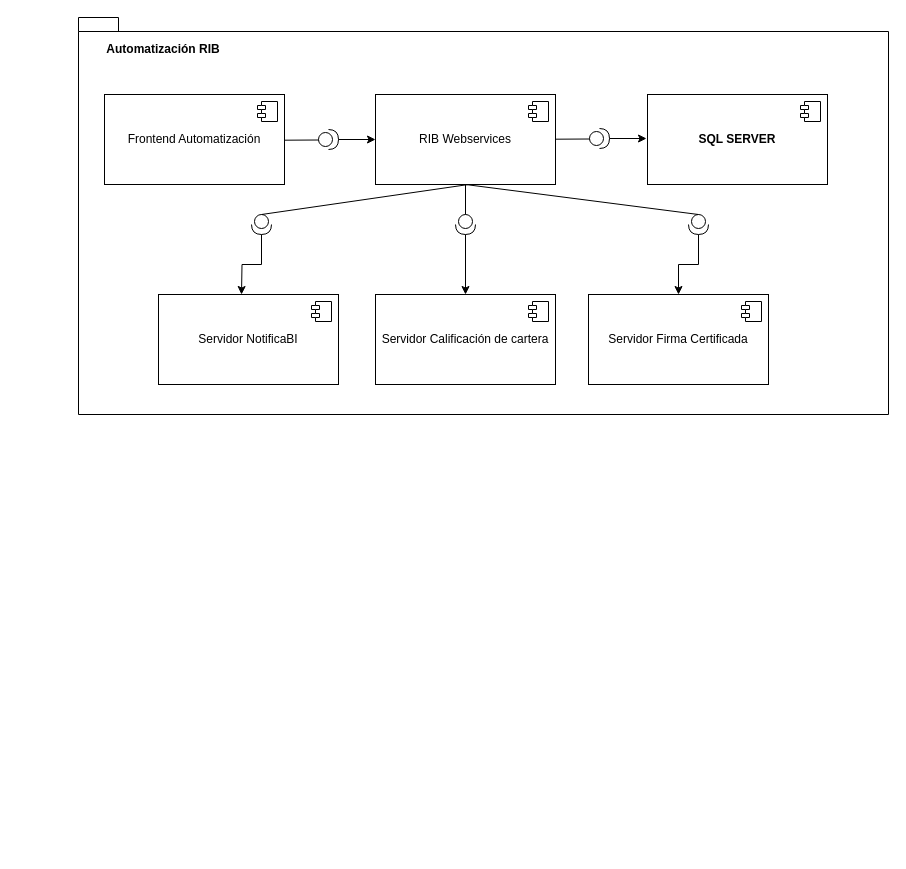
Before: page "Página-1" (1 of 2) of DigramaComponentes.drawio in GonzaloDavid/diagramas, a draw.io diagram. Source tidied: cells renumbered, new cells numbered last; positions are measured from the earlier drawing's top-left corner, leaving out a move shared by most shapes. Both pictures are drawn from the tidied source at 100%, with x=0, y=0 at pixel (78, 17).
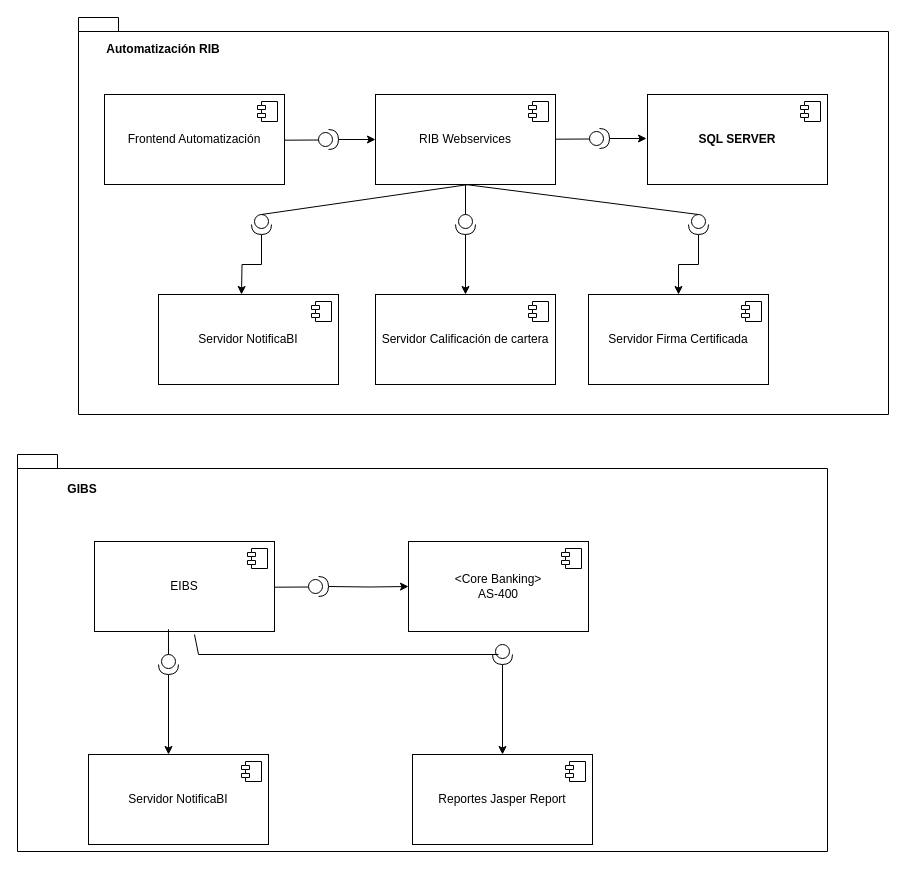
After the change.

Diff of the diagram source:
```diff
@@
+    <mxCell id="31" style="shape=folder;fontStyle=1;spacingTop=10;tabWidth=40;tabHeight=14;tabPosition=left;html=1;whiteSpace=wrap;" parent="1" vertex="1">
+      <mxGeometry x="-61" y="437" width="810" height="397" as="geometry" />
+    </mxCell>
+    <mxCell id="32" value="&lt;div&gt;&amp;lt;Core Banking&amp;gt;&lt;/div&gt;AS-400" style="html=1;whiteSpace=wrap;" parent="1" vertex="1">
+      <mxGeometry x="330" y="524" width="180" height="90" as="geometry" />
+    </mxCell>
+    <mxCell id="33" style="shape=module;jettyWidth=8;jettyHeight=4;" parent="32" vertex="1">
+      <mxGeometry x="1" width="20" height="20" relative="1" as="geometry">
+        <mxPoint x="-27" y="7" as="offset" />
+      </mxGeometry>
+    </mxCell>
+    <mxCell id="34" value="EIBS" style="html=1;whiteSpace=wrap;" parent="1" vertex="1">
+      <mxGeometry x="16" y="524" width="180" height="90" as="geometry" />
+    </mxCell>
+    <mxCell id="35" style="shape=module;jettyWidth=8;jettyHeight=4;" parent="34" vertex="1">
+      <mxGeometry x="1" width="20" height="20" relative="1" as="geometry">
+        <mxPoint x="-27" y="7" as="offset" />
+      </mxGeometry>
+    </mxCell>
+    <mxCell id="36" style="edgeStyle=orthogonalEdgeStyle;rounded=0;jettySize=auto;html=1;entryX=0;entryY=0.5;entryDx=0;entryDy=0;" parent="1" edge="1" target="32">
+      <mxGeometry relative="1" as="geometry">
+        <mxPoint x="250" y="569" as="sourcePoint" />
+      </mxGeometry>
+    </mxCell>
+    <mxCell id="37" style="shape=providedRequiredInterface;html=1;verticalLabelPosition=bottom;sketch=0;" parent="1" vertex="1">
+      <mxGeometry x="230" y="559" width="20" height="20" as="geometry" />
+    </mxCell>
+    <mxCell id="38" style="endArrow=none;html=1;rounded=0;entryX=0.556;entryY=0.521;entryDx=0;entryDy=0;entryPerimeter=0;" parent="1" edge="1">
+      <mxGeometry relative="1" as="geometry">
+        <mxPoint x="196" y="569.7" as="sourcePoint" />
+        <mxPoint x="230.4" y="569.5" as="targetPoint" />
+      </mxGeometry>
+    </mxCell>
+    <mxCell id="39" value="Servidor NotificaBI" style="html=1;whiteSpace=wrap;" parent="1" vertex="1">
+      <mxGeometry x="10" y="737" width="180" height="90" as="geometry" />
+    </mxCell>
+    <mxCell id="40" style="shape=module;jettyWidth=8;jettyHeight=4;" parent="39" vertex="1">
+      <mxGeometry x="1" width="20" height="20" relative="1" as="geometry">
+        <mxPoint x="-27" y="7" as="offset" />
+      </mxGeometry>
+    </mxCell>
+    <mxCell id="41" style="shape=providedRequiredInterface;html=1;verticalLabelPosition=bottom;sketch=0;rotation=90;" parent="1" vertex="1">
+      <mxGeometry x="80" y="637" width="20" height="20" as="geometry" />
+    </mxCell>
+    <mxCell id="42" style="endArrow=none;html=1;rounded=0;exitX=0;exitY=0.5;exitDx=0;exitDy=0;exitPerimeter=0;entryX=0.411;entryY=0.975;entryDx=0;entryDy=0;entryPerimeter=0;" parent="1" edge="1" source="41" target="34">
+      <mxGeometry relative="1" as="geometry" />
+    </mxCell>
+    <mxCell id="43" style="edgeStyle=orthogonalEdgeStyle;rounded=0;jettySize=auto;html=1;exitX=1;exitY=0.5;exitDx=0;exitDy=0;exitPerimeter=0;" parent="1" edge="1" source="41">
+      <mxGeometry relative="1" as="geometry">
+        <mxPoint x="90" y="737" as="targetPoint" />
+        <Array as="points">
+          <mxPoint x="90" y="737" />
+        </Array>
+      </mxGeometry>
+    </mxCell>
+    <mxCell id="44" value="&lt;b&gt;GIBS&lt;/b&gt;" style="text;html=1;align=center;verticalAlign=middle;whiteSpace=wrap;rounded=0;" parent="1" vertex="1">
+      <mxGeometry x="-61" y="457" width="130" height="30" as="geometry" />
+    </mxCell>
+    <mxCell id="45" value="Reportes Jasper Report" style="html=1;whiteSpace=wrap;" parent="1" vertex="1">
+      <mxGeometry x="334" y="737" width="180" height="90" as="geometry" />
+    </mxCell>
+    <mxCell id="46" style="shape=module;jettyWidth=8;jettyHeight=4;" parent="45" vertex="1">
+      <mxGeometry x="1" width="20" height="20" relative="1" as="geometry">
+        <mxPoint x="-27" y="7" as="offset" />
+      </mxGeometry>
+    </mxCell>
+    <mxCell id="47" style="shape=providedRequiredInterface;html=1;verticalLabelPosition=bottom;sketch=0;rotation=90;" parent="1" vertex="1">
+      <mxGeometry x="414" y="627" width="20" height="20" as="geometry" />
+    </mxCell>
+    <mxCell id="48" style="edgeStyle=orthogonalEdgeStyle;rounded=0;jettySize=auto;html=1;exitX=1;exitY=0.5;exitDx=0;exitDy=0;exitPerimeter=0;entryX=0.5;entryY=0;entryDx=0;entryDy=0;" parent="1" edge="1" source="47" target="45">
+      <mxGeometry relative="1" as="geometry" />
+    </mxCell>
+    <mxCell id="49" style="endArrow=none;html=1;rounded=0;" parent="1" edge="1">
+      <mxGeometry relative="1" as="geometry">
+        <mxPoint x="420" y="637" as="sourcePoint" />
+        <mxPoint x="116" y="617" as="targetPoint" />
+        <Array as="points">
+          <mxPoint x="120" y="637" />
+        </Array>
+      </mxGeometry>
+    </mxCell>
```
